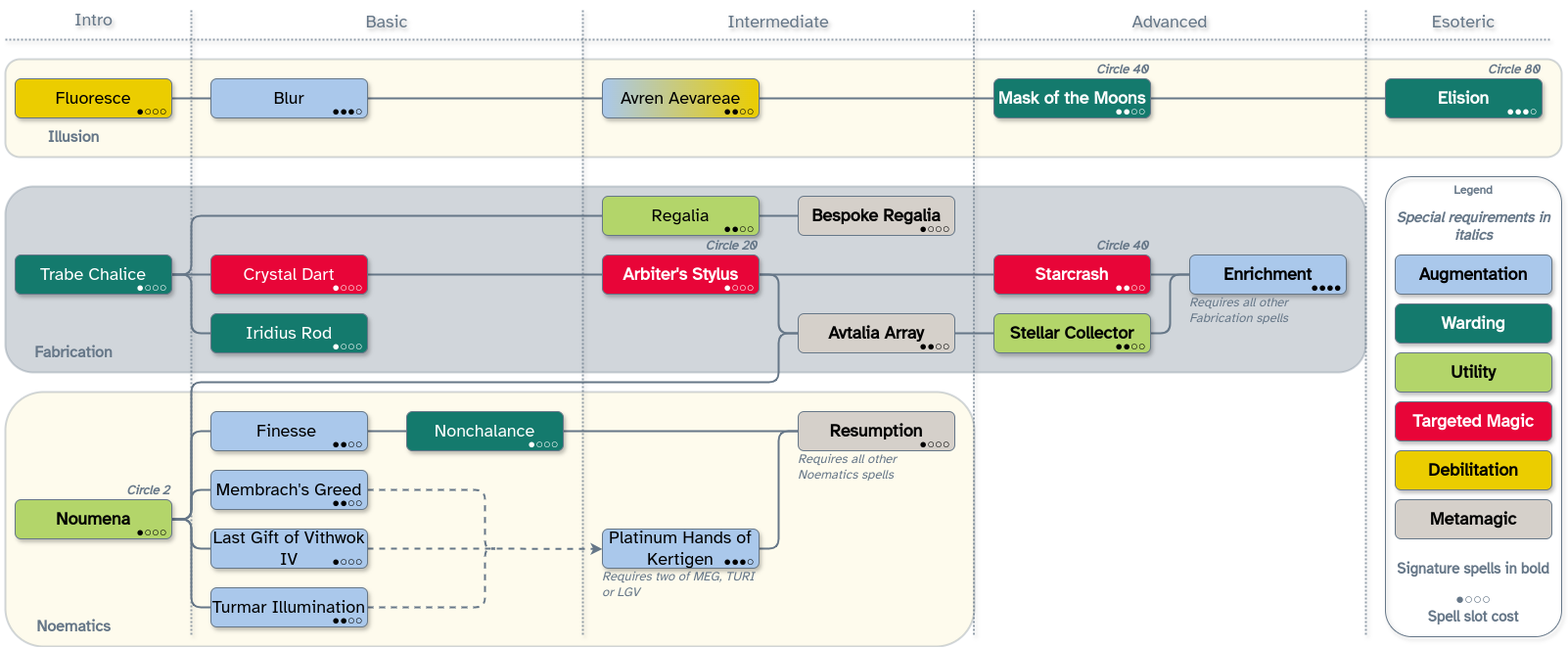
MahtraDR/dr-spell-trees keeps this draw.io diagram as Trader/Trader.png. Above is the earlier version. Source tidied: cells renumbered, new cells last; positions are measured from the earlier drawing's top-left corner, leaving out a move shared by most shapes.
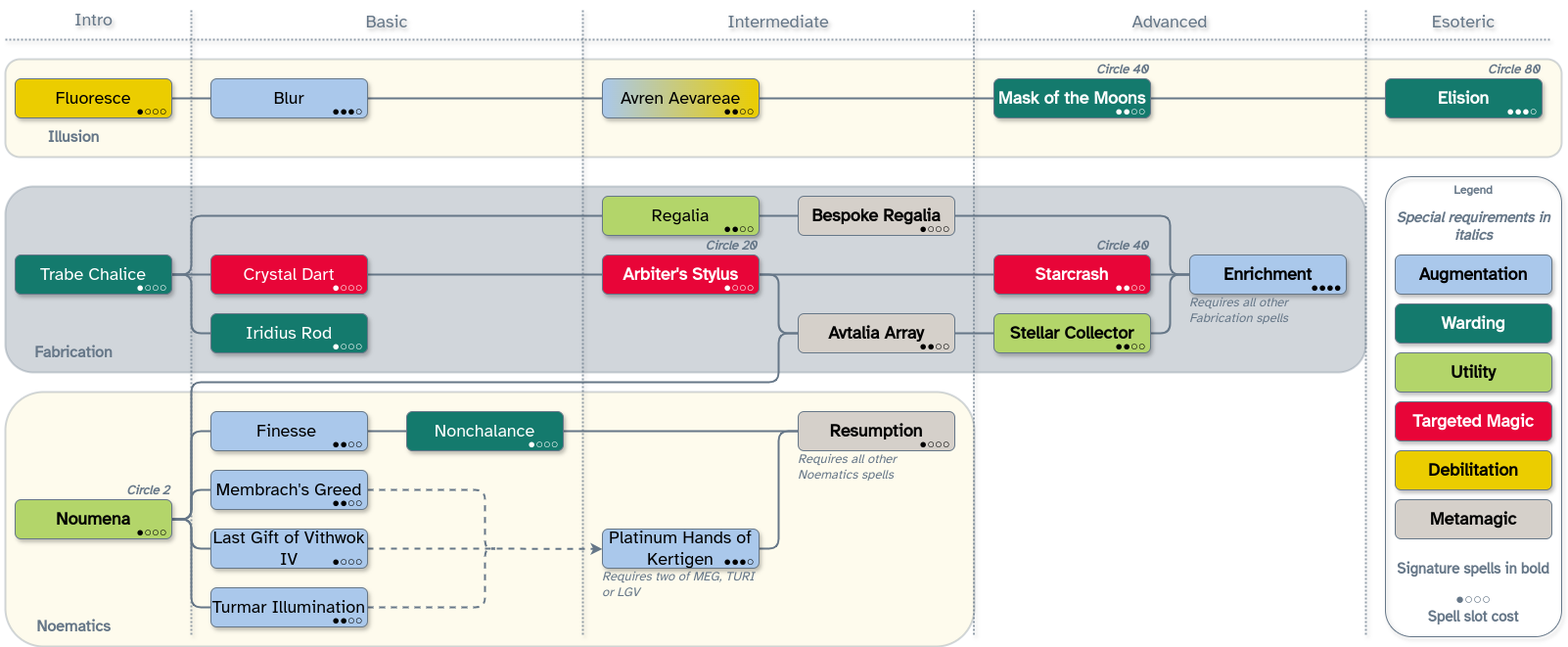
Above is the later version.

The edit, as a diff of the source:
```diff
@@ -27,6 +27,14 @@
     <mxCell id="10" value="Avren Aevareae" style="rounded=1;strokeWidth=1;strokeColor=#667788;textShadow=0;labelBackgroundColor=none;whiteSpace=wrap;fontSize=18;fontFamily=Atkinson Hyperlegible;fillColor=#AAC8EB;fontColor=#000000;shadow=1;glass=0;align=center;verticalAlign=middle;fontStyle=0;fontSource=https%3A%2F%2Ffonts.googleapis.com%2Fcss%3Ffamily%3DAtkinson%2BHyperlegible;gradientColor=#EBCD00;gradientDirection=east;" parent="6" vertex="1">
       <mxGeometry x="610" y="80" width="160" height="40" as="geometry" />
     </mxCell>
+    <mxCell id="113" style="edgeStyle=orthogonalEdgeStyle;shape=connector;curved=0;rounded=1;jettySize=auto;html=1;exitX=1;exitY=0.5;exitDx=0;exitDy=0;entryX=0;entryY=0.5;entryDx=0;entryDy=0;strokeColor=#667788;strokeWidth=2;align=center;verticalAlign=middle;fontFamily=Helvetica;fontSize=11;fontColor=default;labelBackgroundColor=default;endArrow=none;endFill=0;" parent="6" edge="1" source="11" target="23">
+      <mxGeometry relative="1" as="geometry">
+        <Array as="points">
+          <mxPoint x="1190" y="220" />
+          <mxPoint x="1190" y="280" />
+        </Array>
+      </mxGeometry>
+    </mxCell>
     <mxCell id="11" value="Bespoke Regalia" style="rounded=1;strokeWidth=1;strokeColor=#667788;textShadow=0;labelBackgroundColor=none;whiteSpace=wrap;fontSize=18;fontFamily=Atkinson Hyperlegible;fillColor=#D5D0CA;fontColor=#000000;shadow=0;glass=0;align=center;verticalAlign=middle;fontStyle=1;fontSource=https%3A%2F%2Ffonts.googleapis.com%2Fcss%3Ffamily%3DAtkinson%2BHyperlegible;" parent="6" vertex="1">
       <mxGeometry x="810" y="200" width="160" height="40" as="geometry" />
     </mxCell>
```
